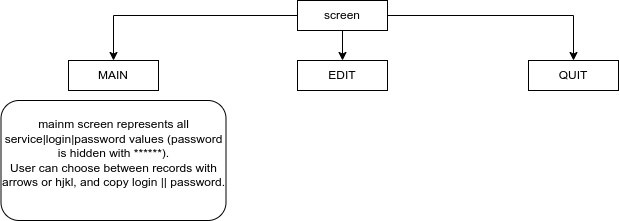
Before: architecture.drawio.png, a diagram exported from draw.io (zedddie16/tRust). Source tidied: cells renumbered, new cells last; positions are measured from the earlier drawing's top-left corner, leaving out a move shared by most shapes.
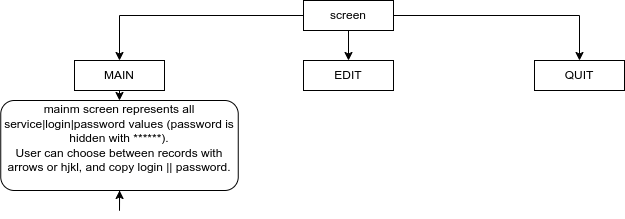
After the commit.

Diff of the diagram source:
```diff
@@ -14,6 +14,9 @@
     <mxCell id="5" value="screen" style="rounded=0;whiteSpace=wrap;html=1;" parent="1" vertex="1">
       <mxGeometry x="297" width="90" height="30" as="geometry" />
     </mxCell>
+    <mxCell id="10" style="edgeStyle=orthogonalEdgeStyle;rounded=0;jettySize=auto;html=1;exitX=0.5;exitY=1;exitDx=0;exitDy=0;entryX=0.5;entryY=0;entryDx=0;entryDy=0;" parent="1" edge="1" source="6" target="9">
+      <mxGeometry relative="1" as="geometry" />
+    </mxCell>
     <mxCell id="6" value="MAIN" style="rounded=0;whiteSpace=wrap;html=1;" parent="1" vertex="1">
       <mxGeometry x="68" y="60" width="90" height="30" as="geometry" />
     </mxCell>
@@ -24,7 +27,10 @@
       <mxGeometry x="528" y="60" width="90" height="30" as="geometry" />
     </mxCell>
     <mxCell id="9" value="mainm screen represents all service|login|password values (password is hidden with ******).&lt;div&gt;User can choose between records with arrows or hjkl, and copy login || password.&lt;/div&gt;&lt;div&gt;&lt;br&gt;&lt;/div&gt;" style="rounded=1;whiteSpace=wrap;html=1;" parent="1" vertex="1">
-      <mxGeometry x="0.5" y="100" width="225" height="120" as="geometry" />
+      <mxGeometry x="-5.8" y="100" width="237.5" height="90" as="geometry" />
     </mxCell>
+    <mxCell id="11" style="edgeStyle=orthogonalEdgeStyle;rounded=0;orthogonalLoop=1;jettySize=auto;html=1;exitX=0.5;exitY=1;exitDx=0;exitDy=0;" parent="1" edge="1" source="9" target="9">
+      <mxGeometry relative="1" as="geometry" />
+    </mxCell>
   </root>
 </mxGraphModel>
```
